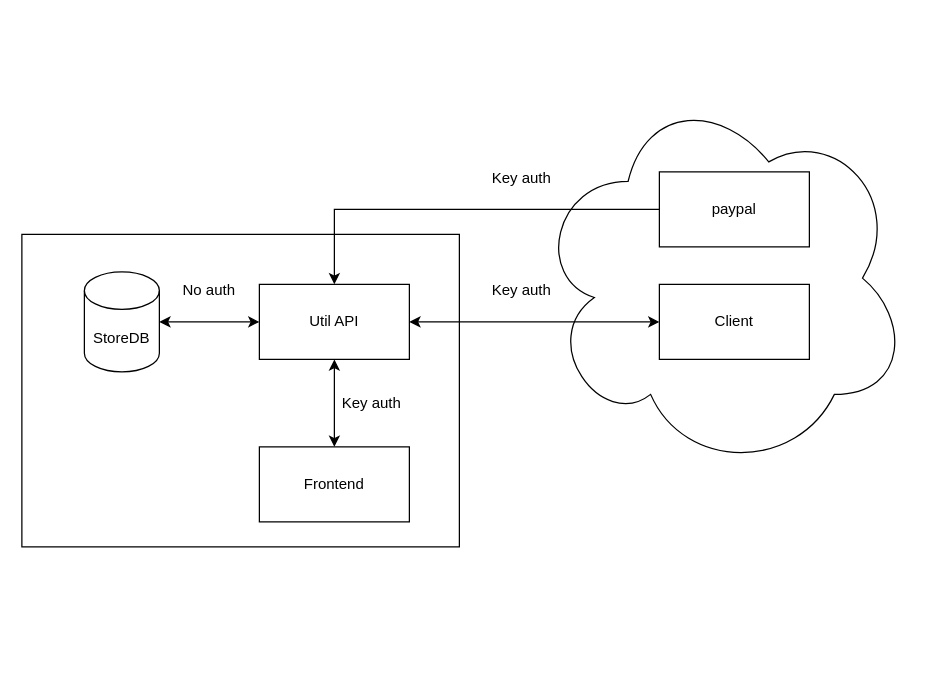
This is Map.drawio from tobman4/StreamTerror, a draw.io file, before an edit. Source tidied: cells renumbered, new cells numbered last; positions are measured from the earlier drawing's top-left corner, leaving out a move shared by most shapes. Both pictures are drawn from the tidied source at 125%, with x=0, y=0 at pixel (21, 84).
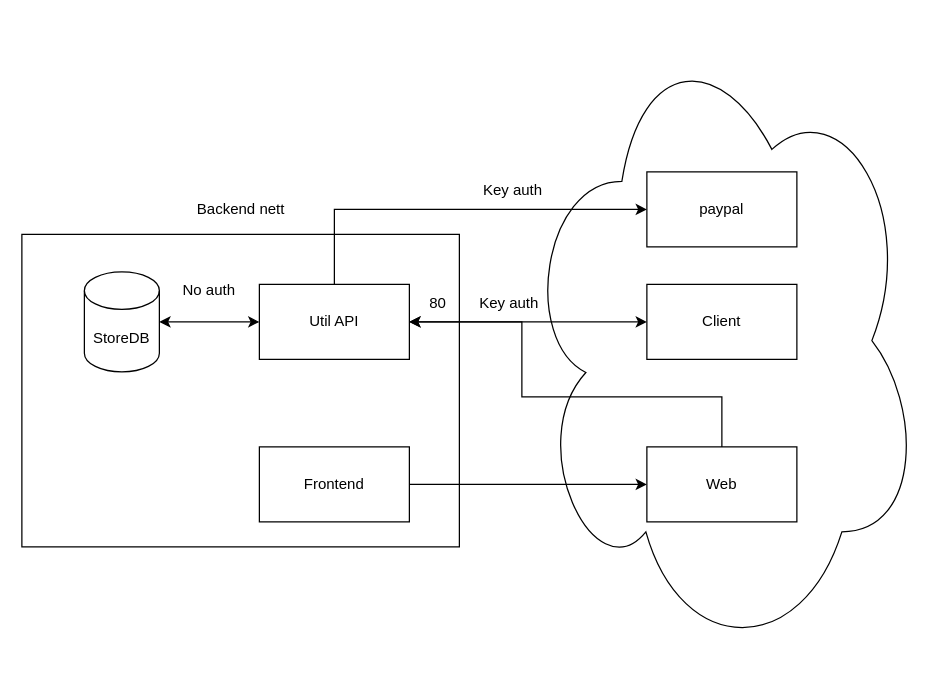
The same diagram, later.

The change refers to these unchanged cells:
```xml
<mxCell id="4" value="Util API" style="rounded=0;whiteSpace=wrap;html=1;" parent="1" vertex="1">
  <mxGeometry x="190" y="160" width="120" height="60" as="geometry" />
</mxCell>
<mxCell id="7" value="Frontend" style="rounded=0;whiteSpace=wrap;html=1;" parent="1" vertex="1">
  <mxGeometry x="190" y="290" width="120" height="60" as="geometry" />
</mxCell>
```

Change to the diagram source:
```diff
@@
     <mxCell id="2" style="ellipse;shape=cloud;whiteSpace=wrap;html=1;" parent="1" vertex="1">
-      <mxGeometry x="410" width="300" height="310" as="geometry" />
+      <mxGeometry x="400" y="-50" width="320" height="510" as="geometry" />
     </mxCell>
@@
+    <mxCell id="17" style="edgeStyle=orthogonalEdgeStyle;rounded=0;jettySize=auto;html=1;entryX=0;entryY=0.5;entryDx=0;entryDy=0;" parent="1" edge="1" source="7" target="21">
+      <mxGeometry relative="1" as="geometry" />
+    </mxCell>
@@
-    <mxCell id="8" style="endArrow=classic;startArrow=classic;html=1;rounded=0;entryX=0.5;entryY=1;entryDx=0;entryDy=0;exitX=0.5;exitY=0;exitDx=0;exitDy=0;" parent="1" edge="1" source="7" target="4">
-      <mxGeometry relative="1" as="geometry" />
-    </mxCell>
-    <mxCell id="9" value="Key auth" style="text;html=1;strokeColor=none;fillColor=none;align=center;verticalAlign=middle;whiteSpace=wrap;rounded=0;" parent="1" vertex="1">
-      <mxGeometry x="250" y="240" width="60" height="30" as="geometry" />
-    </mxCell>
@@
     <mxCell id="11" value="Client" style="rounded=0;whiteSpace=wrap;html=1;" parent="1" vertex="1">
-      <mxGeometry x="510" y="160" width="120" height="60" as="geometry" />
+      <mxGeometry x="500" y="160" width="120" height="60" as="geometry" />
     </mxCell>
@@
     <mxCell id="13" value="Key auth" style="text;html=1;strokeColor=none;fillColor=none;align=center;verticalAlign=middle;whiteSpace=wrap;rounded=0;" parent="1" vertex="1">
-      <mxGeometry x="370" y="150" width="60" height="30" as="geometry" />
+      <mxGeometry x="360" y="160" width="60" height="30" as="geometry" />
     </mxCell>
     <mxCell id="14" value="paypal" style="rounded=0;whiteSpace=wrap;html=1;" parent="1" vertex="1">
-      <mxGeometry x="510" y="70" width="120" height="60" as="geometry" />
+      <mxGeometry x="500" y="70" width="120" height="60" as="geometry" />
     </mxCell>
-    <mxCell id="15" style="endArrow=classic;html=1;rounded=0;exitX=0;exitY=0.5;exitDx=0;exitDy=0;entryX=0.5;entryY=0;entryDx=0;entryDy=0;" parent="1" edge="1" source="14" target="4">
-      <mxGeometry relative="1" as="geometry">
-        <Array as="points">
-          <mxPoint x="250" y="100" />
-        </Array>
-      </mxGeometry>
-    </mxCell>
     <mxCell id="16" value="Key auth" style="text;html=1;strokeColor=none;fillColor=none;align=center;verticalAlign=middle;whiteSpace=wrap;rounded=0;" parent="1" vertex="1">
-      <mxGeometry x="370" y="60" width="60" height="30" as="geometry" />
+      <mxGeometry x="363" y="70" width="60" height="30" as="geometry" />
     </mxCell>
+    <mxCell id="18" value="Backend nett" style="text;html=1;strokeColor=none;fillColor=none;align=center;verticalAlign=middle;whiteSpace=wrap;rounded=0;" parent="1" vertex="1">
+      <mxGeometry x="132.5" y="85" width="85" height="30" as="geometry" />
+    </mxCell>
+    <mxCell id="19" style="endArrow=classic;html=1;rounded=0;exitX=0.5;exitY=0;exitDx=0;exitDy=0;entryX=0;entryY=0.5;entryDx=0;entryDy=0;" parent="1" edge="1" source="4" target="14">
+      <mxGeometry relative="1" as="geometry">
+        <Array as="points">
+          <mxPoint x="250" y="100" />
+        </Array>
+      </mxGeometry>
+    </mxCell>
+    <mxCell id="20" value="80" style="text;html=1;strokeColor=none;fillColor=none;align=center;verticalAlign=middle;whiteSpace=wrap;rounded=0;" parent="1" vertex="1">
+      <mxGeometry x="303" y="160" width="60" height="30" as="geometry" />
+    </mxCell>
+    <mxCell id="21" value="Web" style="rounded=0;whiteSpace=wrap;html=1;" parent="1" vertex="1">
+      <mxGeometry x="500" y="290" width="120" height="60" as="geometry" />
+    </mxCell>
+    <mxCell id="22" style="endArrow=classic;html=1;rounded=0;exitX=0.5;exitY=0;exitDx=0;exitDy=0;entryX=1;entryY=0.5;entryDx=0;entryDy=0;" parent="1" edge="1" source="21" target="4">
+      <mxGeometry relative="1" as="geometry">
+        <Array as="points">
+          <mxPoint x="560" y="250" />
+          <mxPoint x="400" y="250" />
+          <mxPoint x="400" y="190" />
+        </Array>
+      </mxGeometry>
+    </mxCell>
```
